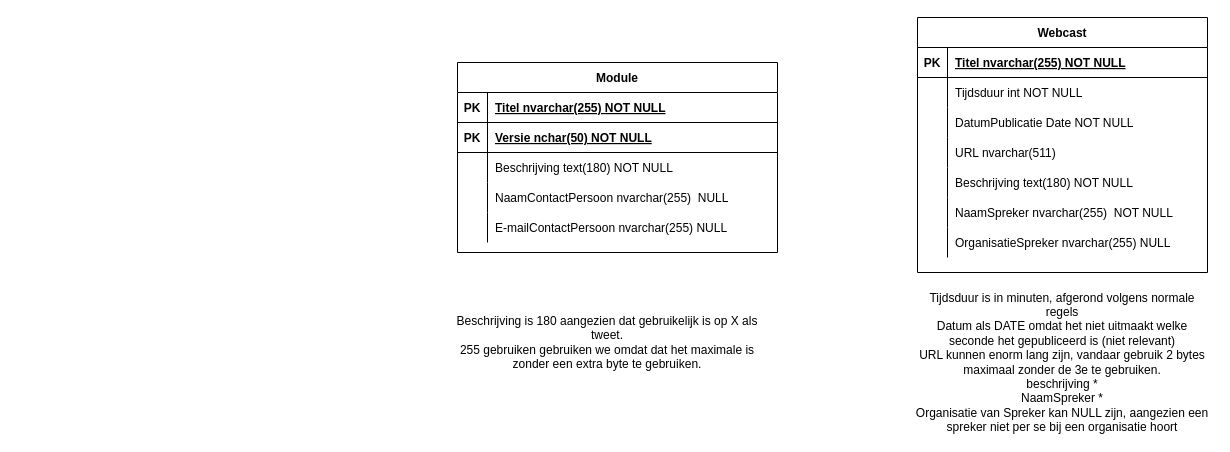
The draw.io diagram ERD Diagram/ERD-Diagram.drawio in Avans2023-JGKJ/CodeAcademy-JGKJ, before the edit. Source tidied: cells renumbered, new cells numbered last; positions are measured from the earlier drawing's top-left corner, leaving out a move shared by most shapes. Both pictures are drawn from the tidied source at 100%, with x=0, y=0 at pixel (447, 17).
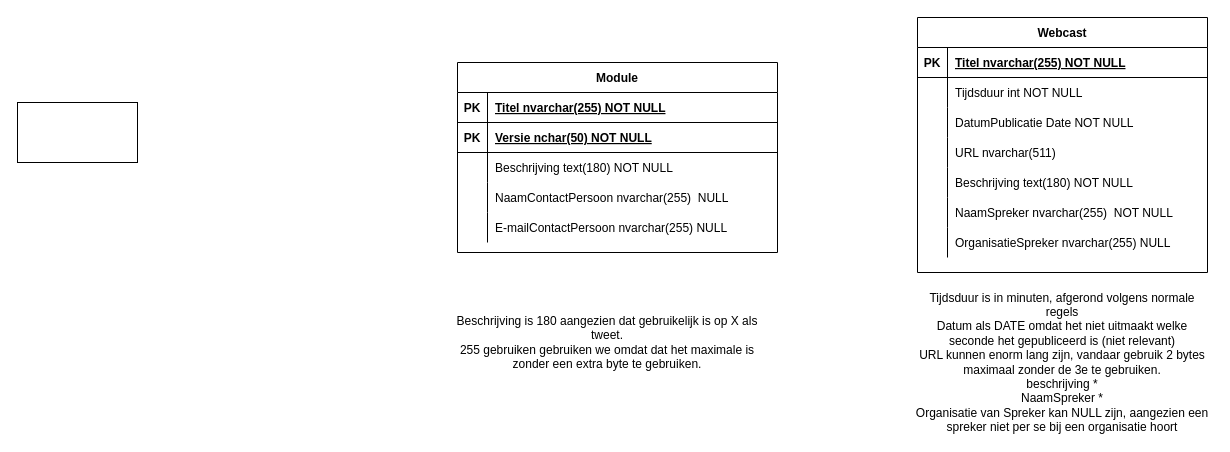
Above is the later version.

Commit message (it also covers changes not shown here):
vierkantTest2 (negeer)

test2 zelfde vierkant toegevoegd

Change to the diagram source:
```diff
@@
+    <mxCell id="42" style="rounded=0;whiteSpace=wrap;html=1;" parent="1" vertex="1">
+      <mxGeometry x="-430" y="85" width="120" height="60" as="geometry" />
+    </mxCell>
```
